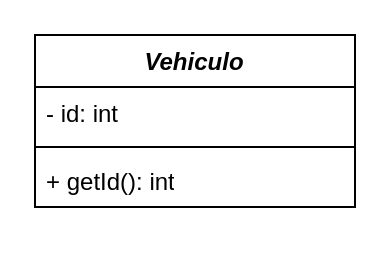
This is docs/SmartLogistics_System_UML.drawio from Snti720/SmartLogistics-System, a draw.io file, before an edit. Source tidied: cells renumbered, new cells numbered last; positions are measured from the earlier drawing's top-left corner, leaving out a move shared by most shapes. Both pictures are drawn from the tidied source at 200%, with x=0, y=0 at pixel (34, 34).
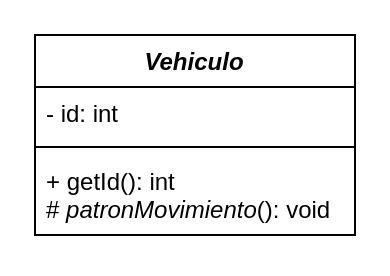
The same page after the edit.

What changed in the source:
```diff
@@
 <mxGraphModel>
   <root>
     <mxCell id="0" />
     <mxCell id="1" parent="0" />
     <mxCell id="2" value="&lt;i&gt;Vehiculo&lt;/i&gt;" style="swimlane;fontStyle=1;align=center;verticalAlign=top;horizontal=1;startSize=26;whiteSpace=wrap;html=1;" parent="1" vertex="1">
-      <mxGeometry width="160" height="86" as="geometry" />
+      <mxGeometry width="160" height="100" as="geometry" />
     </mxCell>
     <mxCell id="3" value="- id: int" style="text;strokeColor=none;fillColor=none;align=left;verticalAlign=top;spacingLeft=4;spacingRight=4;overflow=hidden;whiteSpace=wrap;html=1;" parent="2" vertex="1">
       <mxGeometry y="26" width="160" height="26" as="geometry" />
     </mxCell>
     <mxCell id="4" style="line;strokeWidth=1;fillColor=none;align=left;verticalAlign=middle;spacingTop=-1;spacingLeft=3;spacingRight=3;labelPosition=right;strokeColor=inherit;" parent="2" vertex="1">
       <mxGeometry y="52" width="160" height="8" as="geometry" />
     </mxCell>
-    <mxCell id="5" value="+ getId(): int" style="text;strokeColor=none;fillColor=none;align=left;verticalAlign=top;spacingLeft=4;spacingRight=4;overflow=hidden;whiteSpace=wrap;html=1;" parent="2" vertex="1">
-      <mxGeometry y="60" width="160" height="26" as="geometry" />
+    <mxCell id="5" value="+ getId(): int&lt;div&gt;# &lt;i&gt;patronMovimiento&lt;/i&gt;(): void&lt;/div&gt;" style="text;strokeColor=none;fillColor=none;align=left;verticalAlign=top;spacingLeft=4;spacingRight=4;overflow=hidden;whiteSpace=wrap;html=1;" parent="2" vertex="1">
+      <mxGeometry y="60" width="160" height="40" as="geometry" />
     </mxCell>
   </root>
 </mxGraphModel>
```
